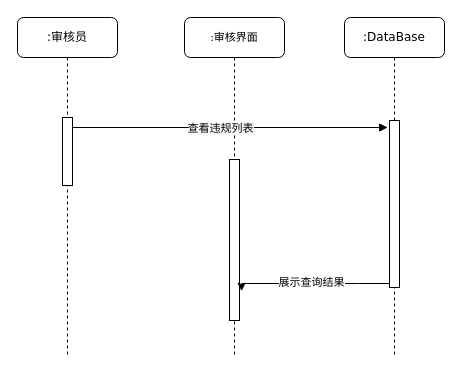
This is 违规管理顺序图.drawio from 200928/image, a draw.io file, before an edit. Source tidied: cells renumbered, new cells numbered last; positions are measured from the earlier drawing's top-left corner, leaving out a move shared by most shapes. Both pictures are drawn from the tidied source at 100%, with x=0, y=0 at pixel (17, 17).
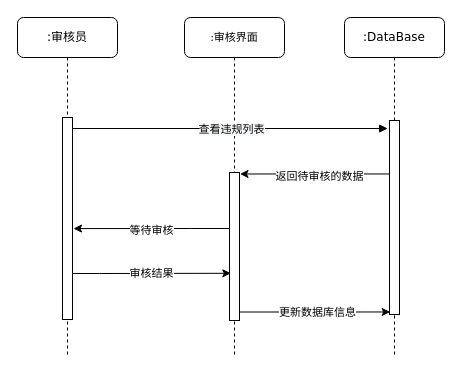
The same diagram, later.

Commit message (it also covers changes not shown here):
更新违规管理顺序图.drawio

The change refers to these unchanged cells:
```xml
<mxCell id="2" value="&lt;font style=&quot;font-size: 11px ; line-height: 1.2&quot;&gt;:审核界面&lt;/font&gt;" style="shape=umlLifeline;perimeter=lifelinePerimeter;whiteSpace=wrap;html=1;rounded=1;shadow=0;comic=0;labelBackgroundColor=none;strokeWidth=1;fontFamily=Verdana;fontSize=12;align=center;" parent="1" vertex="1">
  <mxGeometry x="167" width="100" height="338" as="geometry" />
</mxCell>
<mxCell id="4" value=":DataBase" style="shape=umlLifeline;perimeter=lifelinePerimeter;whiteSpace=wrap;html=1;rounded=1;shadow=0;comic=0;labelBackgroundColor=none;strokeWidth=1;fontFamily=Verdana;fontSize=12;align=center;" parent="1" vertex="1">
  <mxGeometry x="327" width="100" height="340" as="geometry" />
</mxCell>
<mxCell id="6" value=":审核员" style="shape=umlLifeline;perimeter=lifelinePerimeter;whiteSpace=wrap;html=1;rounded=1;shadow=0;comic=0;labelBackgroundColor=none;strokeWidth=1;fontFamily=Verdana;fontSize=12;align=center;" parent="1" vertex="1">
  <mxGeometry width="100" height="340" as="geometry" />
</mxCell>
<mxCell id="8" style="html=1;verticalAlign=bottom;endArrow=block;entryX=-0.18;entryY=0.041;labelBackgroundColor=none;fontFamily=Verdana;fontSize=12;edgeStyle=elbowEdgeStyle;elbow=vertical;entryDx=0;entryDy=0;entryPerimeter=0;" parent="1" edge="1" source="7" target="5">
  <mxGeometry x="-0.03" y="-57" relative="1" as="geometry" />
</mxCell>
```

What changed in the source:
```diff
@@
     <mxCell id="3" style="html=1;points=[];perimeter=orthogonalPerimeter;rounded=0;shadow=0;comic=0;labelBackgroundColor=none;strokeWidth=1;fontFamily=Verdana;fontSize=12;align=center;" parent="2" vertex="1">
-      <mxGeometry x="45" y="142" width="10" height="161" as="geometry" />
+      <mxGeometry x="45" y="155" width="10" height="148" as="geometry" />
     </mxCell>
@@
     <mxCell id="5" style="html=1;points=[];perimeter=orthogonalPerimeter;rounded=0;shadow=0;comic=0;labelBackgroundColor=none;strokeWidth=1;fontFamily=Verdana;fontSize=12;align=center;" parent="4" vertex="1">
-      <mxGeometry x="45" y="103" width="10" height="167" as="geometry" />
+      <mxGeometry x="45" y="103" width="10" height="194" as="geometry" />
     </mxCell>
@@
     <mxCell id="7" style="html=1;points=[];perimeter=orthogonalPerimeter;rounded=0;shadow=0;comic=0;labelBackgroundColor=none;strokeWidth=1;fontFamily=Verdana;fontSize=12;align=center;" parent="6" vertex="1">
-      <mxGeometry x="45" y="100" width="10" height="68" as="geometry" />
+      <mxGeometry x="45" y="100" width="10" height="202" as="geometry" />
     </mxCell>
@@
     <mxCell id="9" value="&lt;font face=&quot;verdana&quot;&gt;&lt;span style=&quot;background-color: rgb(248 , 249 , 250)&quot;&gt;查看违规列表&lt;/span&gt;&lt;/font&gt;" style="edgeLabel;html=1;align=center;verticalAlign=middle;" parent="8" vertex="1">
       <mxGeometry x="-0.18" y="-2" relative="1" as="geometry">
-        <mxPoint x="18" y="-2" as="offset" />
+        <mxPoint x="29" y="-2" as="offset" />
       </mxGeometry>
     </mxCell>
-    <mxCell id="10" style="edgeStyle=orthogonalEdgeStyle;rounded=0;jettySize=auto;html=1;entryX=1.21;entryY=0.818;entryDx=0;entryDy=0;entryPerimeter=0;" parent="1" edge="1" source="5" target="3">
+    <mxCell id="10" style="edgeStyle=orthogonalEdgeStyle;rounded=0;jettySize=auto;html=1;entryX=1.05;entryY=0.01;entryDx=0;entryDy=0;entryPerimeter=0;" parent="1" edge="1" source="5" target="3">
       <mxGeometry relative="1" as="geometry">
         <Array as="points">
-          <mxPoint x="341" y="266" />
-          <mxPoint x="341" y="266" />
+          <mxPoint x="223" y="156" />
         </Array>
       </mxGeometry>
     </mxCell>
-    <mxCell id="11" value="展示查询结果" style="edgeLabel;html=1;align=center;verticalAlign=middle;" parent="10" vertex="1">
-      <mxGeometry x="0.19" relative="1" as="geometry">
-        <mxPoint x="14" y="-2" as="offset" />
-      </mxGeometry>
-    </mxCell>
+    <mxCell id="12" value="返回待审核的数据" style="edgeLabel;html=1;align=center;verticalAlign=middle;" parent="10" vertex="1">
+      <mxGeometry x="0.1" y="1" relative="1" as="geometry">
+        <mxPoint x="11" y="1" as="offset" />
+      </mxGeometry>
+    </mxCell>
+    <mxCell id="13" style="edgeStyle=orthogonalEdgeStyle;rounded=0;jettySize=auto;html=1;entryX=1.1;entryY=0.55;entryDx=0;entryDy=0;entryPerimeter=0;" parent="1" edge="1" source="3" target="7">
+      <mxGeometry relative="1" as="geometry">
+        <Array as="points">
+          <mxPoint x="173" y="211" />
+          <mxPoint x="173" y="211" />
+        </Array>
+      </mxGeometry>
+    </mxCell>
+    <mxCell id="14" value="等待审核" style="edgeLabel;html=1;align=center;verticalAlign=middle;" parent="13" vertex="1">
+      <mxGeometry x="0.2" y="-4" relative="1" as="geometry">
+        <mxPoint x="16" y="5" as="offset" />
+      </mxGeometry>
+    </mxCell>
+    <mxCell id="15" style="edgeStyle=orthogonalEdgeStyle;rounded=0;jettySize=auto;html=1;entryX=0.133;entryY=0.681;entryDx=0;entryDy=0;entryPerimeter=0;" parent="1" edge="1" source="7" target="3">
+      <mxGeometry relative="1" as="geometry">
+        <Array as="points">
+          <mxPoint x="82" y="256" />
+          <mxPoint x="82" y="256" />
+        </Array>
+      </mxGeometry>
+    </mxCell>
+    <mxCell id="16" value="审核结果" style="edgeLabel;html=1;align=center;verticalAlign=middle;" parent="15" vertex="1">
+      <mxGeometry x="-0.23" y="-2" relative="1" as="geometry">
+        <mxPoint x="17" y="-2" as="offset" />
+      </mxGeometry>
+    </mxCell>
+    <mxCell id="17" style="edgeStyle=orthogonalEdgeStyle;rounded=0;jettySize=auto;html=1;entryX=0.067;entryY=0.987;entryDx=0;entryDy=0;entryPerimeter=0;" parent="1" edge="1" source="3" target="5">
+      <mxGeometry relative="1" as="geometry">
+        <Array as="points">
+          <mxPoint x="297" y="294" />
+        </Array>
+      </mxGeometry>
+    </mxCell>
+    <mxCell id="18" value="更新数据库信息" style="edgeLabel;html=1;align=center;verticalAlign=middle;" parent="17" vertex="1">
+      <mxGeometry x="-0.21" y="3" relative="1" as="geometry">
+        <mxPoint x="17" y="3" as="offset" />
+      </mxGeometry>
+    </mxCell>
```
